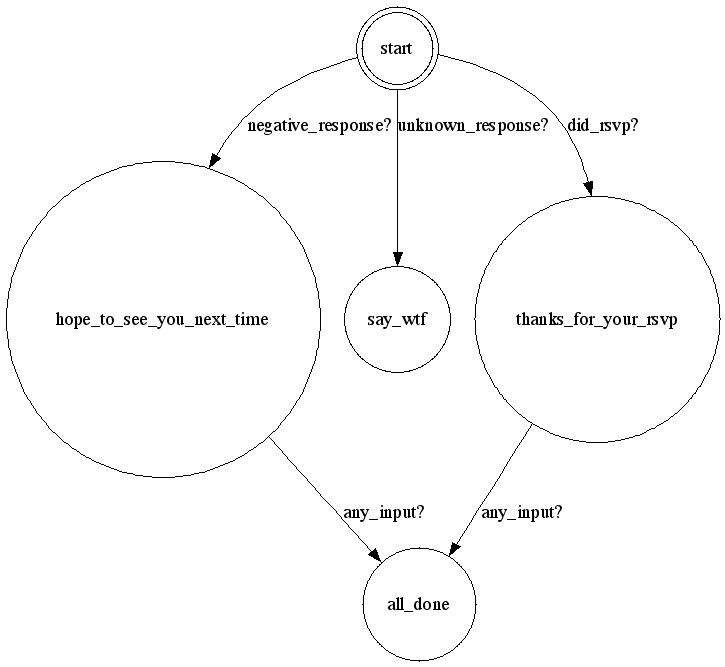
The Graphviz diagram public/workflows/rsvp.png in kyleburton/twilio-in-ten-minutes, before a commit. Its source is kept beside it as public/workflows/rsvp.dot.
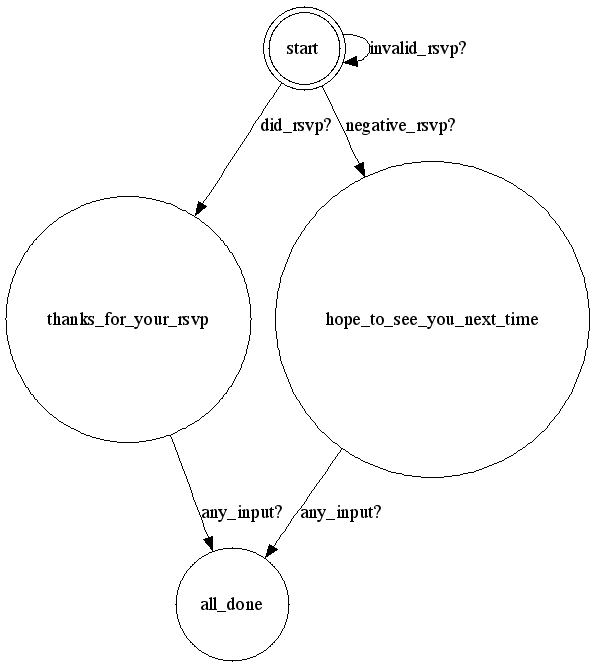
The same file after the commit.

What changed in the source:
```diff
@@ -1,12 +1,11 @@
 digraph {
+  "all_done" [ shape = circle ];
+  "thanks_for_your_rsvp" [ shape = circle ];
+  "thanks_for_your_rsvp" -> "all_done" [ label = "any_input?" ];
+  "start" [ shape = doublecircle ];
+  "start" -> "start" [ label = "invalid_rsvp?" ];
+  "start" -> "thanks_for_your_rsvp" [ label = "did_rsvp?" ];
+  "start" -> "hope_to_see_you_next_time" [ label = "negative_rsvp?" ];
   "hope_to_see_you_next_time" [ shape = circle ];
   "hope_to_see_you_next_time" -> "all_done" [ label = "any_input?" ];
-  "say_wtf" [ shape = circle ];
-  "start" [ shape = doublecircle ];
-  "start" -> "thanks_for_your_rsvp" [ label = "did_rsvp?" ];
-  "start" -> "hope_to_see_you_next_time" [ label = "negative_response?" ];
-  "start" -> "say_wtf" [ label = "unknown_response?" ];
-  "thanks_for_your_rsvp" [ shape = circle ];
-  "thanks_for_your_rsvp" -> "all_done" [ label = "any_input?" ];
-  "all_done" [ shape = circle ];
 }
```
